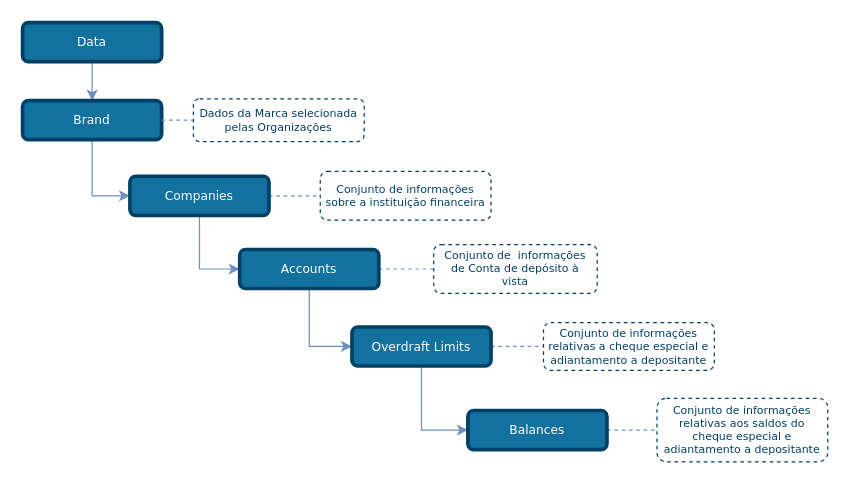
Above: draw_io_diagrams/accounts/TLD_Accounts_OverdraftLimits.drawio in OpenBanking-Brasil/areadesenvolvedor (draw.io), before the change. Source tidied: cells renumbered, new cells numbered last; positions are measured from the earlier drawing's top-left corner, leaving out a move shared by most shapes. Both pictures are drawn from the tidied source at 122%, with x=0, y=0 at pixel (22, 22).
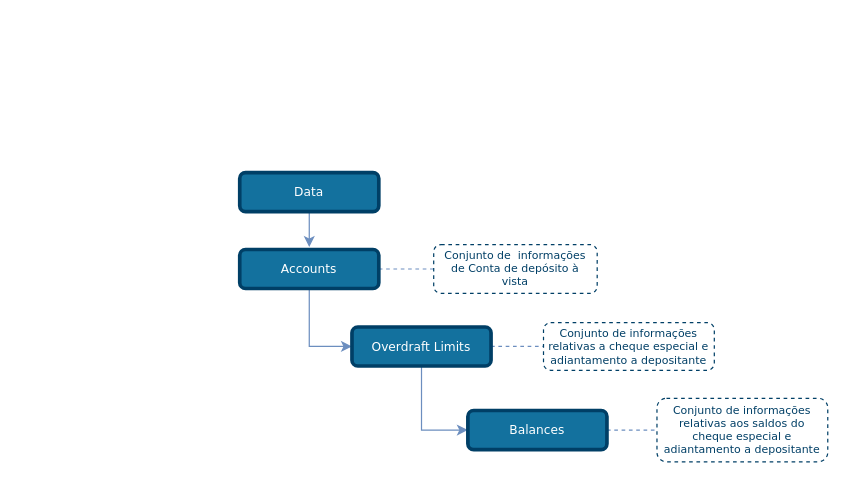
After the change.

Commit message (it also covers changes not shown here):
Accounts - Update tld

Unchanged cells that the change refers to:
```xml
<mxCell id="20" value="Accounts" style="rounded=1;whiteSpace=wrap;html=1;comic=0;shadow=0;backgroundOutline=0;snapToPoint=0;fixDash=0;strokeWidth=3;fontFamily=Verdana;fontStyle=0;labelBackgroundColor=none;labelBorderColor=none;fontSize=10;fillColor=#13719E;strokeColor=#003F66;fontColor=#ffffff;" parent="1" vertex="1">
  <mxGeometry x="178" y="186" width="114" height="32" as="geometry" />
</mxCell>
```

What changed in the source:
```diff
@@
-    <mxCell id="3" style="edgeStyle=orthogonalEdgeStyle;rounded=0;jettySize=auto;html=1;exitX=0.5;exitY=1;exitDx=0;exitDy=0;entryX=0.5;entryY=0;entryDx=0;entryDy=0;endSize=6;fillColor=#dae8fc;strokeColor=#6c8ebf;comic=0;shadow=0;backgroundOutline=0;snapToPoint=0;fixDash=0;endArrow=classic;endFill=1;" parent="1" edge="1" source="4" target="9">
-      <mxGeometry relative="1" as="geometry" />
+    <mxCell id="3" style="edgeStyle=orthogonalEdgeStyle;rounded=0;jettySize=auto;html=1;exitX=0.5;exitY=1;exitDx=0;exitDy=0;entryX=0.5;entryY=0;entryDx=0;entryDy=0;endSize=6;fillColor=#dae8fc;strokeColor=#6c8ebf;comic=0;shadow=0;backgroundOutline=0;snapToPoint=0;fixDash=0;endArrow=classic;endFill=1;" parent="1" edge="1" source="4">
+      <mxGeometry relative="1" as="geometry">
+        <mxPoint x="235" y="184" as="targetPoint" />
+      </mxGeometry>
     </mxCell>
     <mxCell id="4" value="Data" style="rounded=1;whiteSpace=wrap;html=1;comic=0;shadow=0;backgroundOutline=0;snapToPoint=0;fixDash=0;strokeWidth=3;fontFamily=Verdana;fontStyle=0;labelBackgroundColor=none;labelBorderColor=none;fontSize=10;fillColor=#13719E;strokeColor=#003F66;fontColor=#ffffff;" parent="1" vertex="1">
-      <mxGeometry width="114" height="32" as="geometry" />
+      <mxGeometry x="178" y="123" width="114" height="32" as="geometry" />
     </mxCell>
@@
-    <mxCell id="8" style="edgeStyle=orthogonalEdgeStyle;rounded=0;jettySize=auto;html=1;entryX=0;entryY=0.5;entryDx=0;entryDy=0;shadow=0;strokeColor=#6c8ebf;fillColor=#dae8fc;endFill=1;endSize=6;comic=0;exitX=0.5;exitY=1;exitDx=0;exitDy=0;" parent="1" edge="1" source="9" target="19">
-      <mxGeometry relative="1" as="geometry" />
-    </mxCell>
-    <mxCell id="9" value="Brand" style="rounded=1;whiteSpace=wrap;html=1;comic=0;shadow=0;backgroundOutline=0;snapToPoint=0;fixDash=0;strokeWidth=3;fontFamily=Verdana;fontStyle=0;labelBackgroundColor=none;labelBorderColor=none;fontSize=10;fillColor=#13719E;strokeColor=#003F66;fontColor=#ffffff;" parent="1" vertex="1">
-      <mxGeometry y="64" width="114" height="32" as="geometry" />
-    </mxCell>
-    <mxCell id="10" value="Dados da Marca selecionada pelas Organizações" style="rounded=1;whiteSpace=wrap;html=1;shadow=0;comic=0;strokeColor=#003F66;strokeWidth=1;fillColor=#ffffff;fontFamily=Verdana;fontSize=9;fontColor=#003F66;dashed=1;spacingLeft=5;spacing=0;spacingRight=5;spacingBottom=5;spacingTop=5;align=center;verticalAlign=middle;gradientColor=#ffffff;" parent="1" vertex="1">
-      <mxGeometry x="140" y="62.5" width="140" height="35" as="geometry" />
-    </mxCell>
-    <mxCell id="11" style="edgeStyle=none;rounded=1;jettySize=auto;html=1;exitX=1;exitY=0.5;exitDx=0;exitDy=0;entryX=0;entryY=0.5;entryDx=0;entryDy=0;dashed=1;endArrow=none;endFill=0;endSize=6;strokeColor=#6C8EBF;" parent="1" edge="1" source="9" target="10">
-      <mxGeometry relative="1" as="geometry" />
-    </mxCell>
@@
-    <mxCell id="13" style="edgeStyle=orthogonalEdgeStyle;rounded=0;jettySize=auto;html=1;entryX=0;entryY=0.5;entryDx=0;entryDy=0;shadow=0;strokeColor=#6c8ebf;fillColor=#dae8fc;endFill=1;endSize=6;comic=0;exitX=0.5;exitY=1;exitDx=0;exitDy=0;" parent="1" edge="1" source="19" target="20">
-      <mxGeometry relative="1" as="geometry" />
-    </mxCell>
-    <mxCell id="14" style="edgeStyle=none;rounded=1;jettySize=auto;html=1;exitX=1;exitY=0.5;exitDx=0;exitDy=0;entryX=0;entryY=0.5;entryDx=0;entryDy=0;dashed=1;endArrow=none;endFill=0;endSize=6;strokeColor=#6C8EBF;" parent="1" edge="1" source="19" target="15">
-      <mxGeometry relative="1" as="geometry" />
-    </mxCell>
-    <mxCell id="15" value="&lt;font style=&quot;font-size: 9px&quot;&gt;Conjunto de informações sobre a instituição financeira&lt;/font&gt;" style="rounded=1;whiteSpace=wrap;html=1;shadow=0;comic=0;strokeColor=#003F66;strokeWidth=1;fillColor=#ffffff;gradientColor=#ffffff;fontFamily=Verdana;fontSize=9;fontColor=#003F66;dashed=1;spacingLeft=5;spacing=0;spacingRight=5;spacingBottom=5;spacingTop=5;align=center;verticalAlign=middle;" parent="1" vertex="1">
-      <mxGeometry x="244" y="122" width="140" height="40" as="geometry" />
-    </mxCell>
@@
-    <mxCell id="19" value="Companies" style="rounded=1;whiteSpace=wrap;html=1;comic=0;shadow=0;backgroundOutline=0;snapToPoint=0;fixDash=0;strokeWidth=3;fontFamily=Verdana;fontStyle=0;labelBackgroundColor=none;labelBorderColor=none;fontSize=10;fillColor=#13719E;strokeColor=#003F66;fontColor=#ffffff;" parent="1" vertex="1">
-      <mxGeometry x="88" y="126" width="114" height="32" as="geometry" />
-    </mxCell>
```
